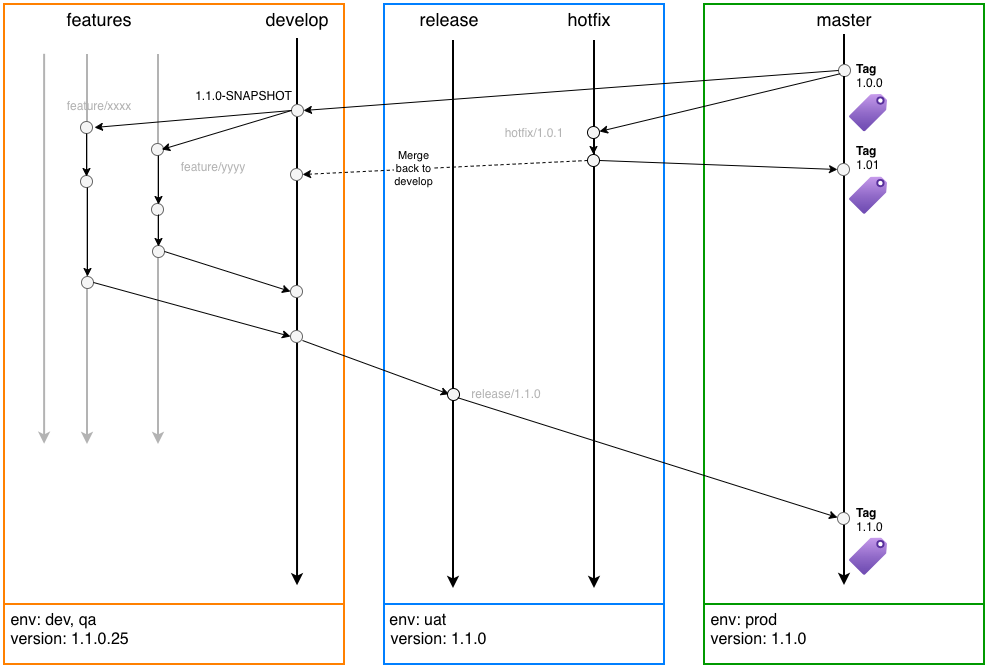
Above: artifacts/images/gitflow.png in awesomaticza/gitflow (draw.io), before the change. Source tidied: cells renumbered, new cells last; positions are measured from the earlier drawing's top-left corner, leaving out a move shared by most shapes. Source of this version:
```xml
<mxGraphModel>
  <root>
    <mxCell id="0" />
    <mxCell id="1" parent="0" />
    <mxCell id="2" style="group;" parent="1" vertex="1">
      <mxGeometry width="340" height="660" as="geometry" />
    </mxCell>
    <mxCell id="3" style="rounded=0;whiteSpace=wrap;html=1;strokeColor=#FF8000;strokeWidth=2;" parent="2" vertex="1">
      <mxGeometry width="340" height="600" as="geometry" />
    </mxCell>
    <mxCell id="4" value="&amp;nbsp;env: dev, qa&lt;div&gt;&amp;nbsp;version: 1.1.0.25&lt;/div&gt;" style="rounded=0;whiteSpace=wrap;html=1;strokeColor=#FF8000;strokeWidth=2;align=left;verticalAlign=top;fontSize=16;" parent="2" vertex="1">
      <mxGeometry y="600" width="340" height="60" as="geometry" />
    </mxCell>
    <mxCell id="5" value="features" style="text;html=1;align=center;verticalAlign=middle;whiteSpace=wrap;rounded=0;fontSize=18;" parent="2" vertex="1">
      <mxGeometry x="50" width="90" height="30" as="geometry" />
    </mxCell>
    <mxCell id="6" value="develop" style="text;html=1;align=center;verticalAlign=middle;whiteSpace=wrap;rounded=0;fontSize=18;" parent="2" vertex="1">
      <mxGeometry x="248" width="90" height="30" as="geometry" />
    </mxCell>
    <mxCell id="7" style="ellipse;whiteSpace=wrap;html=1;fillColor=#f5f5f5;fontColor=#333333;strokeColor=#666666;" parent="2" vertex="1">
      <mxGeometry x="287" y="100" width="12" height="12" as="geometry" />
    </mxCell>
    <mxCell id="8" value="1.1.0-SNAPSHOT" style="text;html=1;align=center;verticalAlign=middle;whiteSpace=wrap;rounded=0;" parent="2" vertex="1">
      <mxGeometry x="186" y="77" width="107" height="30" as="geometry" />
    </mxCell>
    <mxCell id="9" style="endArrow=classic;html=1;rounded=0;exitX=0.118;exitY=0.083;exitDx=0;exitDy=0;exitPerimeter=0;entryX=0.118;entryY=0.733;entryDx=0;entryDy=0;entryPerimeter=0;strokeWidth=2;fillColor=#f5f5f5;strokeColor=#B3B3B3;" parent="2" edge="1" source="3" target="3">
      <mxGeometry relative="1" as="geometry" />
    </mxCell>
    <mxCell id="10" style="endArrow=classic;html=1;rounded=0;exitX=0.118;exitY=0.083;exitDx=0;exitDy=0;exitPerimeter=0;entryX=0.118;entryY=0.733;entryDx=0;entryDy=0;entryPerimeter=0;strokeWidth=2;fillColor=#f5f5f5;strokeColor=#B3B3B3;" parent="2" edge="1">
      <mxGeometry relative="1" as="geometry">
        <mxPoint x="83" y="50" as="sourcePoint" />
        <mxPoint x="83" y="440" as="targetPoint" />
      </mxGeometry>
    </mxCell>
    <mxCell id="11" style="endArrow=classic;html=1;rounded=0;exitX=0.118;exitY=0.083;exitDx=0;exitDy=0;exitPerimeter=0;entryX=0.118;entryY=0.733;entryDx=0;entryDy=0;entryPerimeter=0;strokeWidth=2;fillColor=#f5f5f5;strokeColor=#B3B3B3;" parent="2" edge="1">
      <mxGeometry relative="1" as="geometry">
        <mxPoint x="154" y="50" as="sourcePoint" />
        <mxPoint x="154" y="440" as="targetPoint" />
      </mxGeometry>
    </mxCell>
    <mxCell id="12" style="endArrow=classic;html=1;rounded=0;exitX=1;exitY=1;exitDx=0;exitDy=0;entryX=0.856;entryY=0.967;entryDx=0;entryDy=0;entryPerimeter=0;strokeWidth=2;" parent="2" edge="1">
      <mxGeometry relative="1" as="geometry">
        <mxPoint x="293" y="113" as="sourcePoint" />
        <mxPoint x="293" y="581.2" as="targetPoint" />
      </mxGeometry>
    </mxCell>
    <mxCell id="13" style="ellipse;whiteSpace=wrap;html=1;fillColor=#f5f5f5;fontColor=#333333;strokeColor=#666666;" parent="2" vertex="1">
      <mxGeometry x="147" y="139" width="12" height="12" as="geometry" />
    </mxCell>
    <mxCell id="14" style="ellipse;whiteSpace=wrap;html=1;fillColor=#f5f5f5;fontColor=#333333;strokeColor=#666666;" parent="2" vertex="1">
      <mxGeometry x="76" y="117" width="12" height="12" as="geometry" />
    </mxCell>
    <mxCell id="15" style="ellipse;whiteSpace=wrap;html=1;fillColor=#f5f5f5;fontColor=#333333;strokeColor=#666666;" parent="2" vertex="1">
      <mxGeometry x="77" y="272" width="12" height="12" as="geometry" />
    </mxCell>
    <mxCell id="16" style="ellipse;whiteSpace=wrap;html=1;fillColor=#f5f5f5;fontColor=#333333;strokeColor=#666666;" parent="2" vertex="1">
      <mxGeometry x="76" y="171" width="12" height="12" as="geometry" />
    </mxCell>
    <mxCell id="17" style="ellipse;whiteSpace=wrap;html=1;fillColor=#f5f5f5;fontColor=#333333;strokeColor=#666666;" parent="2" vertex="1">
      <mxGeometry x="148" y="241" width="12" height="12" as="geometry" />
    </mxCell>
    <mxCell id="18" style="ellipse;whiteSpace=wrap;html=1;fillColor=#f5f5f5;fontColor=#333333;strokeColor=#666666;" parent="2" vertex="1">
      <mxGeometry x="147" y="199" width="12" height="12" as="geometry" />
    </mxCell>
    <mxCell id="19" style="endArrow=classic;html=1;rounded=0;entryX=0.854;entryY=0.5;entryDx=0;entryDy=0;entryPerimeter=0;exitX=0;exitY=0.5;exitDx=0;exitDy=0;" parent="2" edge="1" source="7" target="13">
      <mxGeometry relative="1" as="geometry" />
    </mxCell>
    <mxCell id="20" style="endArrow=classic;html=1;rounded=0;entryX=0.5;entryY=0;entryDx=0;entryDy=0;" parent="2" edge="1">
      <mxGeometry relative="1" as="geometry">
        <mxPoint x="154" y="151" as="sourcePoint" />
        <mxPoint x="154" y="200" as="targetPoint" />
      </mxGeometry>
    </mxCell>
    <mxCell id="21" value="feature/yyyy" style="text;html=1;align=center;verticalAlign=middle;whiteSpace=wrap;rounded=0;fontColor=#B3B3B3;" parent="2" vertex="1">
      <mxGeometry x="159" y="148" width="100" height="30" as="geometry" />
    </mxCell>
    <mxCell id="22" style="endArrow=classic;html=1;rounded=0;entryX=0.5;entryY=0;entryDx=0;entryDy=0;" parent="2" edge="1">
      <mxGeometry relative="1" as="geometry">
        <mxPoint x="154" y="210" as="sourcePoint" />
        <mxPoint x="154" y="242" as="targetPoint" />
      </mxGeometry>
    </mxCell>
    <mxCell id="23" style="ellipse;whiteSpace=wrap;html=1;fillColor=#f5f5f5;fontColor=#333333;strokeColor=#666666;" parent="2" vertex="1">
      <mxGeometry x="286" y="281" width="12" height="12" as="geometry" />
    </mxCell>
    <mxCell id="24" style="endArrow=classic;html=1;rounded=0;exitX=1;exitY=0.5;exitDx=0;exitDy=0;entryX=0;entryY=0.5;entryDx=0;entryDy=0;" parent="2" edge="1" source="17" target="23">
      <mxGeometry relative="1" as="geometry" />
    </mxCell>
    <mxCell id="25" style="ellipse;whiteSpace=wrap;html=1;fillColor=#f5f5f5;fontColor=#333333;strokeColor=#666666;" parent="2" vertex="1">
      <mxGeometry x="286" y="326" width="12" height="12" as="geometry" />
    </mxCell>
    <mxCell id="26" style="endArrow=classic;html=1;rounded=0;exitX=1;exitY=0.5;exitDx=0;exitDy=0;entryX=0;entryY=0.5;entryDx=0;entryDy=0;" parent="2" edge="1" source="15" target="25">
      <mxGeometry relative="1" as="geometry" />
    </mxCell>
    <mxCell id="27" style="endArrow=classic;html=1;rounded=0;entryX=0.5;entryY=0;entryDx=0;entryDy=0;" parent="2" edge="1">
      <mxGeometry relative="1" as="geometry">
        <mxPoint x="82" y="129" as="sourcePoint" />
        <mxPoint x="82" y="172" as="targetPoint" />
      </mxGeometry>
    </mxCell>
    <mxCell id="28" style="endArrow=classic;html=1;rounded=0;entryX=0.5;entryY=0;entryDx=0;entryDy=0;" parent="2" edge="1">
      <mxGeometry relative="1" as="geometry">
        <mxPoint x="83" y="183" as="sourcePoint" />
        <mxPoint x="83" y="272" as="targetPoint" />
      </mxGeometry>
    </mxCell>
    <mxCell id="29" value="feature/xxxx" style="text;html=1;align=center;verticalAlign=middle;whiteSpace=wrap;rounded=0;fontColor=#B3B3B3;" parent="2" vertex="1">
      <mxGeometry x="45" y="87" width="100" height="30" as="geometry" />
    </mxCell>
    <mxCell id="30" style="ellipse;whiteSpace=wrap;html=1;fillColor=#f5f5f5;fontColor=#333333;strokeColor=#666666;" parent="2" vertex="1">
      <mxGeometry x="286" y="164" width="12" height="12" as="geometry" />
    </mxCell>
    <mxCell id="31" style="group;" parent="1" vertex="1">
      <mxGeometry x="380" width="280" height="660" as="geometry" />
    </mxCell>
    <mxCell id="32" style="rounded=0;whiteSpace=wrap;html=1;strokeWidth=2;strokeColor=#007FFF;" parent="31" vertex="1">
      <mxGeometry width="280" height="600" as="geometry" />
    </mxCell>
    <mxCell id="33" value="&amp;nbsp;&lt;span style=&quot;font-size: 16px;&quot;&gt;env: uat&lt;/span&gt;&lt;div style=&quot;font-size: 16px;&quot;&gt;&amp;nbsp;version: 1.1.0&lt;/div&gt;" style="rounded=0;whiteSpace=wrap;html=1;strokeWidth=2;strokeColor=#007FFF;align=left;verticalAlign=top;" parent="31" vertex="1">
      <mxGeometry y="600" width="280" height="60" as="geometry" />
    </mxCell>
    <mxCell id="34" value="release" style="text;html=1;align=center;verticalAlign=middle;whiteSpace=wrap;rounded=0;fontSize=18;" parent="31" vertex="1">
      <mxGeometry x="20" width="90" height="30" as="geometry" />
    </mxCell>
    <mxCell id="35" value="hotfix" style="text;html=1;align=center;verticalAlign=middle;whiteSpace=wrap;rounded=0;fontSize=18;" parent="31" vertex="1">
      <mxGeometry x="160" width="90" height="30" as="geometry" />
    </mxCell>
    <mxCell id="36" value="release/1.1.0" style="text;html=1;align=center;verticalAlign=middle;whiteSpace=wrap;rounded=0;fontColor=#B3B3B3;" parent="31" vertex="1">
      <mxGeometry x="72" y="375" width="100" height="30" as="geometry" />
    </mxCell>
    <mxCell id="37" value="hotfix/1.0.1" style="text;html=1;align=center;verticalAlign=middle;whiteSpace=wrap;rounded=0;fontColor=#B3B3B3;" parent="31" vertex="1">
      <mxGeometry x="100" y="114" width="100" height="30" as="geometry" />
    </mxCell>
    <mxCell id="38" style="group;" parent="1" vertex="1">
      <mxGeometry x="700" width="280" height="660" as="geometry" />
    </mxCell>
    <mxCell id="39" style="rounded=0;whiteSpace=wrap;html=1;strokeWidth=2;strokeColor=#009900;" parent="38" vertex="1">
      <mxGeometry width="280" height="600" as="geometry" />
    </mxCell>
    <mxCell id="40" value="&lt;span style=&quot;font-size: 16px;&quot;&gt;&amp;nbsp;env: prod&lt;/span&gt;&lt;div style=&quot;font-size: 16px;&quot;&gt;&amp;nbsp;version: 1.1.0&lt;/div&gt;" style="rounded=0;whiteSpace=wrap;html=1;strokeWidth=2;strokeColor=#009900;align=left;verticalAlign=top;" parent="38" vertex="1">
      <mxGeometry y="600" width="280" height="60" as="geometry" />
    </mxCell>
    <mxCell id="41" value="master" style="text;html=1;align=center;verticalAlign=middle;whiteSpace=wrap;rounded=0;fontSize=18;" parent="38" vertex="1">
      <mxGeometry x="95" width="90" height="30" as="geometry" />
    </mxCell>
    <mxCell id="42" style="endArrow=none;html=1;rounded=0;strokeWidth=2;" parent="38" edge="1">
      <mxGeometry relative="1" as="geometry">
        <mxPoint x="140" y="60" as="sourcePoint" />
        <mxPoint x="140" y="30" as="targetPoint" />
      </mxGeometry>
    </mxCell>
    <mxCell id="43" style="ellipse;whiteSpace=wrap;html=1;fillColor=#f5f5f5;fontColor=#333333;strokeColor=#666666;" parent="38" vertex="1">
      <mxGeometry x="134" y="60" width="12" height="12" as="geometry" />
    </mxCell>
    <mxCell id="44" value="&lt;b&gt;Tag&lt;/b&gt;&lt;br&gt;1.0.0&lt;br&gt;&lt;div&gt;&lt;br&gt;&lt;/div&gt;" style="text;html=1;align=left;verticalAlign=top;whiteSpace=wrap;rounded=0;" parent="38" vertex="1">
      <mxGeometry x="150" y="51" width="60" height="39" as="geometry" />
    </mxCell>
    <mxCell id="45" style="endArrow=classic;html=1;rounded=0;exitX=0.5;exitY=1;exitDx=0;exitDy=0;strokeWidth=2;" parent="38" edge="1" source="43">
      <mxGeometry relative="1" as="geometry">
        <mxPoint x="140" y="581" as="targetPoint" />
      </mxGeometry>
    </mxCell>
    <mxCell id="46" style="ellipse;whiteSpace=wrap;html=1;fillColor=#f5f5f5;fontColor=#333333;strokeColor=#666666;" parent="38" vertex="1">
      <mxGeometry x="133" y="508" width="12" height="12" as="geometry" />
    </mxCell>
    <mxCell id="47" style="ellipse;whiteSpace=wrap;html=1;fillColor=#f5f5f5;fontColor=#333333;strokeColor=#666666;" parent="38" vertex="1">
      <mxGeometry x="133" y="159" width="12" height="12" as="geometry" />
    </mxCell>
    <mxCell id="48" value="&lt;b&gt;Tag&lt;/b&gt;&lt;br&gt;1.01&lt;br&gt;&lt;div&gt;&lt;br&gt;&lt;/div&gt;" style="text;html=1;align=left;verticalAlign=top;whiteSpace=wrap;rounded=0;" parent="38" vertex="1">
      <mxGeometry x="150" y="133.5" width="60" height="39" as="geometry" />
    </mxCell>
    <mxCell id="49" value="&lt;b&gt;Tag&lt;/b&gt;&lt;br&gt;1.1.0&lt;br&gt;&lt;div&gt;&lt;br&gt;&lt;/div&gt;" style="text;html=1;align=left;verticalAlign=top;whiteSpace=wrap;rounded=0;" parent="38" vertex="1">
      <mxGeometry x="150" y="494.5" width="60" height="39" as="geometry" />
    </mxCell>
    <mxCell id="50" style="image;html=1;align=center;fontSize=12;image=img/lib/azure2/general/Tag.svg;" parent="38" vertex="1">
      <mxGeometry x="145" y="90" width="38" height="37.3" as="geometry" />
    </mxCell>
    <mxCell id="51" style="image;html=1;align=center;fontSize=12;image=img/lib/azure2/general/Tag.svg;" parent="38" vertex="1">
      <mxGeometry x="145" y="172.5" width="38" height="37.3" as="geometry" />
    </mxCell>
    <mxCell id="52" style="image;html=1;align=center;fontSize=12;image=img/lib/azure2/general/Tag.svg;" parent="38" vertex="1">
      <mxGeometry x="145" y="533.5" width="38" height="37.3" as="geometry" />
    </mxCell>
    <mxCell id="53" style="endArrow=none;html=1;rounded=0;entryX=0.5;entryY=1;entryDx=0;entryDy=0;strokeWidth=2;" parent="1" edge="1">
      <mxGeometry relative="1" as="geometry">
        <mxPoint x="293" y="100" as="sourcePoint" />
        <mxPoint x="293" y="34" as="targetPoint" />
      </mxGeometry>
    </mxCell>
    <mxCell id="54" style="endArrow=classic;html=1;rounded=0;exitX=0;exitY=0.5;exitDx=0;exitDy=0;entryX=1;entryY=0.5;entryDx=0;entryDy=0;" parent="1" edge="1" source="43" target="7">
      <mxGeometry relative="1" as="geometry" />
    </mxCell>
    <mxCell id="55" style="endArrow=classic;html=1;rounded=0;exitX=0;exitY=0.5;exitDx=0;exitDy=0;" parent="1" edge="1" source="7">
      <mxGeometry relative="1" as="geometry">
        <mxPoint x="90" y="123" as="targetPoint" />
      </mxGeometry>
    </mxCell>
    <mxCell id="56" style="endArrow=classic;html=1;rounded=0;exitX=0.25;exitY=0.067;exitDx=0;exitDy=0;exitPerimeter=0;strokeWidth=2;" parent="1" edge="1">
      <mxGeometry relative="1" as="geometry">
        <mxPoint x="449" y="36" as="sourcePoint" />
        <mxPoint x="449" y="584" as="targetPoint" />
      </mxGeometry>
    </mxCell>
    <mxCell id="57" style="endArrow=classic;html=1;rounded=0;exitX=0.25;exitY=0.067;exitDx=0;exitDy=0;exitPerimeter=0;strokeWidth=2;" parent="1" edge="1">
      <mxGeometry relative="1" as="geometry">
        <mxPoint x="590" y="36" as="sourcePoint" />
        <mxPoint x="590" y="584" as="targetPoint" />
      </mxGeometry>
    </mxCell>
    <mxCell id="58" style="endArrow=classic;html=1;rounded=0;exitX=1;exitY=0.5;exitDx=0;exitDy=0;entryX=0;entryY=0;entryDx=0;entryDy=0;" parent="1" edge="1">
      <mxGeometry relative="1" as="geometry">
        <mxPoint x="298" y="336" as="sourcePoint" />
        <mxPoint x="444.8" y="389.8" as="targetPoint" />
      </mxGeometry>
    </mxCell>
    <mxCell id="59" style="ellipse;whiteSpace=wrap;html=1;fillColor=#F5F5F5;" parent="1" vertex="1">
      <mxGeometry x="443" y="384" width="12" height="12" as="geometry" />
    </mxCell>
    <mxCell id="60" style="endArrow=classic;html=1;rounded=0;exitX=1;exitY=1;exitDx=0;exitDy=0;entryX=0;entryY=0.5;entryDx=0;entryDy=0;" parent="1" edge="1">
      <mxGeometry relative="1" as="geometry">
        <mxPoint x="453.2" y="393.2" as="sourcePoint" />
        <mxPoint x="833" y="513" as="targetPoint" />
      </mxGeometry>
    </mxCell>
    <mxCell id="61" style="ellipse;whiteSpace=wrap;html=1;fillColor=#F5F5F5;" parent="1" vertex="1">
      <mxGeometry x="583" y="122" width="12" height="12" as="geometry" />
    </mxCell>
    <mxCell id="62" style="endArrow=classic;html=1;rounded=0;exitX=0;exitY=1;exitDx=0;exitDy=0;" parent="1" edge="1">
      <mxGeometry relative="1" as="geometry">
        <mxPoint x="835.8" y="69.2" as="sourcePoint" />
        <mxPoint x="595" y="127" as="targetPoint" />
      </mxGeometry>
    </mxCell>
    <mxCell id="63" style="endArrow=classic;html=1;rounded=0;entryX=0;entryY=0.5;entryDx=0;entryDy=0;exitX=1;exitY=0.5;exitDx=0;exitDy=0;" parent="1" edge="1" source="64" target="47">
      <mxGeometry relative="1" as="geometry" />
    </mxCell>
    <mxCell id="64" style="ellipse;whiteSpace=wrap;html=1;fillColor=#F5F5F5;" parent="1" vertex="1">
      <mxGeometry x="583" y="150" width="12" height="12" as="geometry" />
    </mxCell>
    <mxCell id="65" style="endArrow=classic;html=1;rounded=0;entryX=1;entryY=0.5;entryDx=0;entryDy=0;exitX=0;exitY=0.5;exitDx=0;exitDy=0;dashed=1;" parent="1" edge="1" source="64" target="30">
      <mxGeometry relative="1" as="geometry" />
    </mxCell>
    <mxCell id="66" value="Merge&lt;br&gt;back to&lt;br&gt;develop" style="edgeLabel;html=1;align=center;verticalAlign=middle;" parent="65" vertex="1">
      <mxGeometry x="0.22" y="-1" relative="1" as="geometry" />
    </mxCell>
    <mxCell id="67" style="endArrow=classic;html=1;rounded=0;exitX=0.5;exitY=1;exitDx=0;exitDy=0;" parent="1" edge="1" source="61">
      <mxGeometry relative="1" as="geometry">
        <mxPoint x="589" y="150" as="targetPoint" />
      </mxGeometry>
    </mxCell>
  </root>
</mxGraphModel>
```
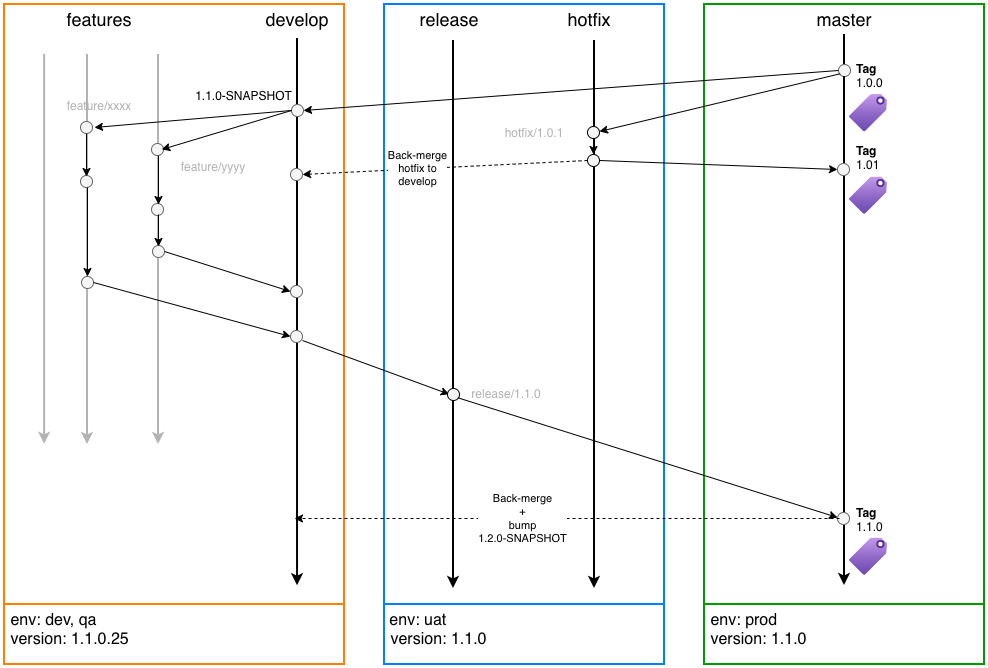
The same diagram one commit later.

Commit message:
chore: update gitflow diagram

The edit, as a diff of the source:
```diff
@@ -240,13 +240,26 @@
     <mxCell id="65" style="endArrow=classic;html=1;rounded=0;entryX=1;entryY=0.5;entryDx=0;entryDy=0;exitX=0;exitY=0.5;exitDx=0;exitDy=0;dashed=1;" parent="1" edge="1" source="64" target="30">
       <mxGeometry relative="1" as="geometry" />
     </mxCell>
-    <mxCell id="66" value="Merge&lt;br&gt;back to&lt;br&gt;develop" style="edgeLabel;html=1;align=center;verticalAlign=middle;" parent="65" vertex="1">
-      <mxGeometry x="0.22" y="-1" relative="1" as="geometry" />
+    <mxCell id="66" value="Back-merge&lt;br&gt;hotfix to&lt;br&gt;develop" style="edgeLabel;html=1;align=center;verticalAlign=middle;" parent="65" vertex="1">
+      <mxGeometry x="0.22" y="-1" relative="1" as="geometry">
+        <mxPoint x="4" as="offset" />
+      </mxGeometry>
     </mxCell>
     <mxCell id="67" style="endArrow=classic;html=1;rounded=0;exitX=0.5;exitY=1;exitDx=0;exitDy=0;" parent="1" edge="1" source="61">
       <mxGeometry relative="1" as="geometry">
         <mxPoint x="589" y="150" as="targetPoint" />
       </mxGeometry>
     </mxCell>
+    <mxCell id="68" style="endArrow=classic;html=1;rounded=0;exitX=0;exitY=1;exitDx=0;exitDy=0;dashed=1;" parent="1" edge="1">
+      <mxGeometry relative="1" as="geometry">
+        <mxPoint x="835" y="514" as="sourcePoint" />
+        <mxPoint x="290" y="514" as="targetPoint" />
+      </mxGeometry>
+    </mxCell>
+    <mxCell id="69" value="Back-merge&lt;br&gt;+&lt;br&gt;bump&lt;br&gt;1.2.0-SNAPSHOT" style="edgeLabel;html=1;align=center;verticalAlign=middle;" parent="68" vertex="1">
+      <mxGeometry x="0.72" y="-1" relative="1" as="geometry">
+        <mxPoint x="150" as="offset" />
+      </mxGeometry>
+    </mxCell>
   </root>
 </mxGraphModel>
```
